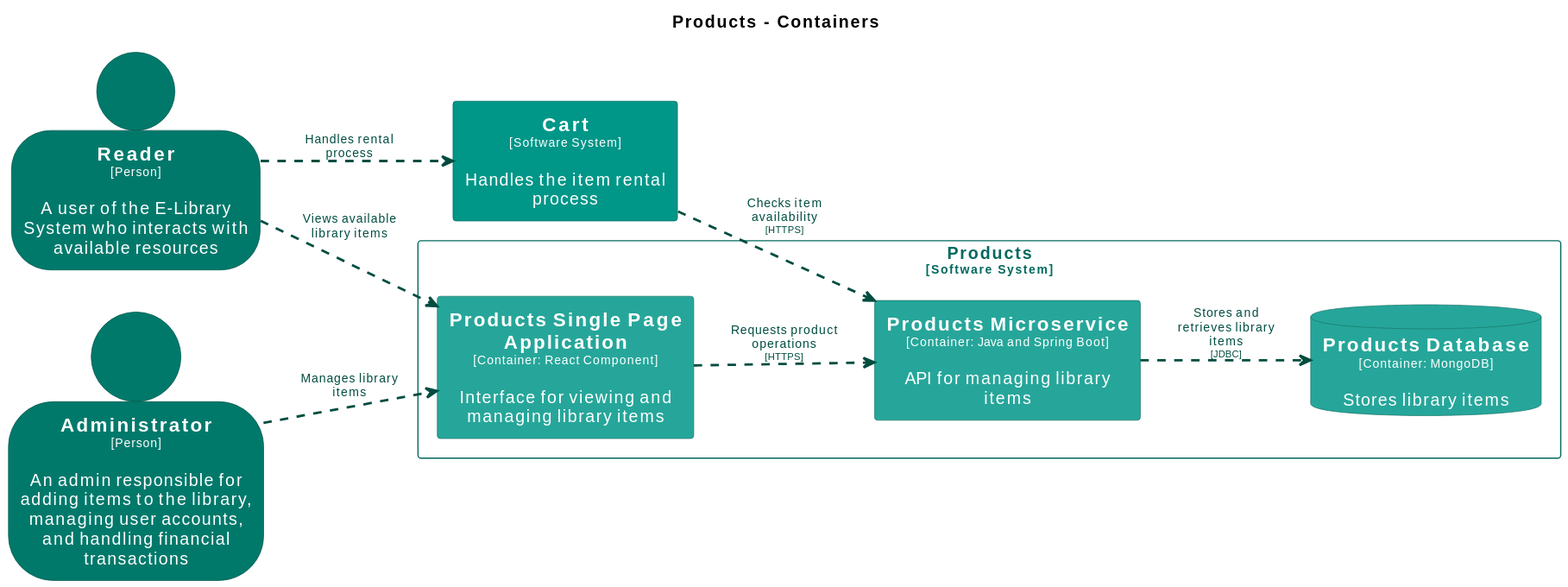
Goodmorning918/E-Library-Architecture keeps this PlantUML diagram as main/svg/Container-003.svg. Above is the earlier version. Its source is kept beside it as main/puml/Container-003.puml. The source it was exported from:
```plantuml
@startuml
set separator none
title Products - Containers

left to right direction

skinparam {
  arrowFontSize 10
  defaultTextAlignment center
  wrapWidth 200
  maxMessageSize 100
}

hide stereotype

skinparam person<<Administrator>> {
  BackgroundColor #00796b
  FontColor #ffffff
  BorderColor #00544a
  shadowing false
}
skinparam rectangle<<Cart>> {
  BackgroundColor #009688
  FontColor #ffffff
  BorderColor #00695f
  shadowing false
}
skinparam database<<Products.ProductsDatabase>> {
  BackgroundColor #26a69a
  FontColor #ffffff
  BorderColor #1a746b
  shadowing false
}
skinparam rectangle<<Products.ProductsMicroservice>> {
  BackgroundColor #26a69a
  FontColor #ffffff
  BorderColor #1a746b
  shadowing false
}
skinparam rectangle<<Products.ProductsSinglePageApplication>> {
  BackgroundColor #26a69a
  FontColor #ffffff
  BorderColor #1a746b
  shadowing false
}
skinparam person<<Reader>> {
  BackgroundColor #00796b
  FontColor #ffffff
  BorderColor #00544a
  shadowing false
}
skinparam rectangle<<Products>> {
  BorderColor #00695f
  FontColor #00695f
  shadowing false
}

person "==Reader\n<size:10>[Person]</size>\n\nA user of the E-Library System who interacts with available resources" <<Reader>> as Reader
person "==Administrator\n<size:10>[Person]</size>\n\nAn admin responsible for adding items to the library, managing user accounts, and handling financial transactions" <<Administrator>> as Administrator
rectangle "==Cart\n<size:10>[Software System]</size>\n\nHandles the item rental process" <<Cart>> as Cart

rectangle "Products\n<size:10>[Software System]</size>" <<Products>> {
  rectangle "==Products Single Page Application\n<size:10>[Container: React Component]</size>\n\nInterface for viewing and managing library items" <<Products.ProductsSinglePageApplication>> as Products.ProductsSinglePageApplication
  rectangle "==Products Microservice\n<size:10>[Container: Java and Spring Boot]</size>\n\nAPI for managing library items" <<Products.ProductsMicroservice>> as Products.ProductsMicroservice
  database "==Products Database\n<size:10>[Container: MongoDB]</size>\n\nStores library items" <<Products.ProductsDatabase>> as Products.ProductsDatabase
}

Reader .[#004d40,thickness=2].> Cart : "<color:#004d40>Handles rental process"
Reader .[#004d40,thickness=2].> Products.ProductsSinglePageApplication : "<color:#004d40>Views available library items"
Administrator .[#004d40,thickness=2].> Products.ProductsSinglePageApplication : "<color:#004d40>Manages library items"
Products.ProductsSinglePageApplication .[#004d40,thickness=2].> Products.ProductsMicroservice : "<color:#004d40>Requests product operations\n<color:#004d40><size:8>[HTTPS]</size>"
Products.ProductsMicroservice .[#004d40,thickness=2].> Products.ProductsDatabase : "<color:#004d40>Stores and retrieves library items\n<color:#004d40><size:8>[JDBC]</size>"
Cart .[#004d40,thickness=2].> Products.ProductsMicroservice : "<color:#004d40>Checks item availability\n<color:#004d40><size:8>[HTTPS]</size>"
@enduml
```
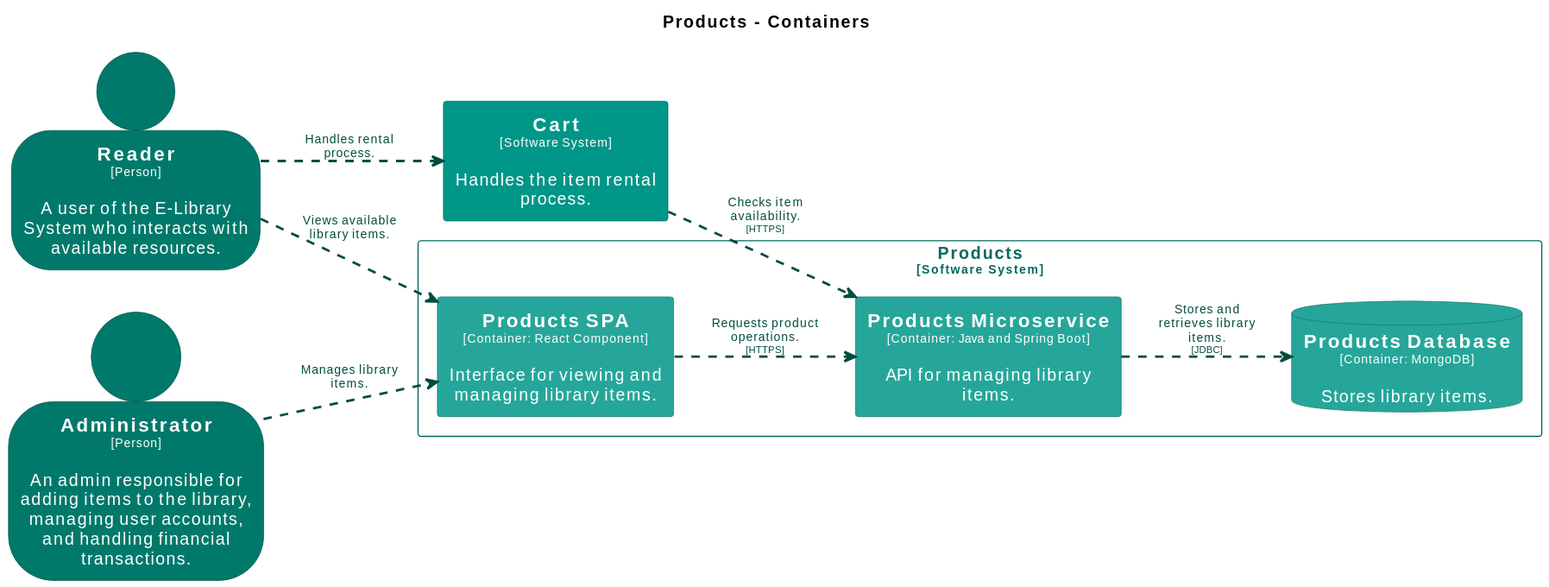
After the commit.

The edit, as a diff of the source:
```diff
@@ -37,7 +37,7 @@
   BorderColor #1a746b
   shadowing false
 }
-skinparam rectangle<<Products.ProductsSinglePageApplication>> {
+skinparam rectangle<<Products.ProductsSPA>> {
   BackgroundColor #26a69a
   FontColor #ffffff
   BorderColor #1a746b
@@ -55,20 +55,20 @@
   shadowing false
 }
 
-person "==Reader\n<size:10>[Person]</size>\n\nA user of the E-Library System who interacts with available resources" <<Reader>> as Reader
-person "==Administrator\n<size:10>[Person]</size>\n\nAn admin responsible for adding items to the library, managing user accounts, and handling financial transactions" <<Administrator>> as Administrator
-rectangle "==Cart\n<size:10>[Software System]</size>\n\nHandles the item rental process" <<Cart>> as Cart
+person "==Reader\n<size:10>[Person]</size>\n\nA user of the E-Library System who interacts with available resources." <<Reader>> as Reader
+person "==Administrator\n<size:10>[Person]</size>\n\nAn admin responsible for adding items to the library, managing user accounts, and handling financial transactions." <<Administrator>> as Administrator
+rectangle "==Cart\n<size:10>[Software System]</size>\n\nHandles the item rental process." <<Cart>> as Cart
 
 rectangle "Products\n<size:10>[Software System]</size>" <<Products>> {
-  rectangle "==Products Single Page Application\n<size:10>[Container: React Component]</size>\n\nInterface for viewing and managing library items" <<Products.ProductsSinglePageApplication>> as Products.ProductsSinglePageApplication
-  rectangle "==Products Microservice\n<size:10>[Container: Java and Spring Boot]</size>\n\nAPI for managing library items" <<Products.ProductsMicroservice>> as Products.ProductsMicroservice
-  database "==Products Database\n<size:10>[Container: MongoDB]</size>\n\nStores library items" <<Products.ProductsDatabase>> as Products.ProductsDatabase
+  rectangle "==Products SPA\n<size:10>[Container: React Component]</size>\n\nInterface for viewing and managing library items." <<Products.ProductsSPA>> as Products.ProductsSPA
+  rectangle "==Products Microservice\n<size:10>[Container: Java and Spring Boot]</size>\n\nAPI for managing library items." <<Products.ProductsMicroservice>> as Products.ProductsMicroservice
+  database "==Products Database\n<size:10>[Container: MongoDB]</size>\n\nStores library items." <<Products.ProductsDatabase>> as Products.ProductsDatabase
 }
 
-Reader .[#004d40,thickness=2].> Cart : "<color:#004d40>Handles rental process"
-Reader .[#004d40,thickness=2].> Products.ProductsSinglePageApplication : "<color:#004d40>Views available library items"
-Administrator .[#004d40,thickness=2].> Products.ProductsSinglePageApplication : "<color:#004d40>Manages library items"
-Products.ProductsSinglePageApplication .[#004d40,thickness=2].> Products.ProductsMicroservice : "<color:#004d40>Requests product operations\n<color:#004d40><size:8>[HTTPS]</size>"
-Products.ProductsMicroservice .[#004d40,thickness=2].> Products.ProductsDatabase : "<color:#004d40>Stores and retrieves library items\n<color:#004d40><size:8>[JDBC]</size>"
-Cart .[#004d40,thickness=2].> Products.ProductsMicroservice : "<color:#004d40>Checks item availability\n<color:#004d40><size:8>[HTTPS]</size>"
+Reader .[#004d40,thickness=2].> Cart : "<color:#004d40>Handles rental process."
+Reader .[#004d40,thickness=2].> Products.ProductsSPA : "<color:#004d40>Views available library items."
+Administrator .[#004d40,thickness=2].> Products.ProductsSPA : "<color:#004d40>Manages library items."
+Products.ProductsSPA .[#004d40,thickness=2].> Products.ProductsMicroservice : "<color:#004d40>Requests product operations.\n<color:#004d40><size:8>[HTTPS]</size>"
+Products.ProductsMicroservice .[#004d40,thickness=2].> Products.ProductsDatabase : "<color:#004d40>Stores and retrieves library items.\n<color:#004d40><size:8>[JDBC]</size>"
+Cart .[#004d40,thickness=2].> Products.ProductsMicroservice : "<color:#004d40>Checks item availability.\n<color:#004d40><size:8>[HTTPS]</size>"
 @enduml
```
